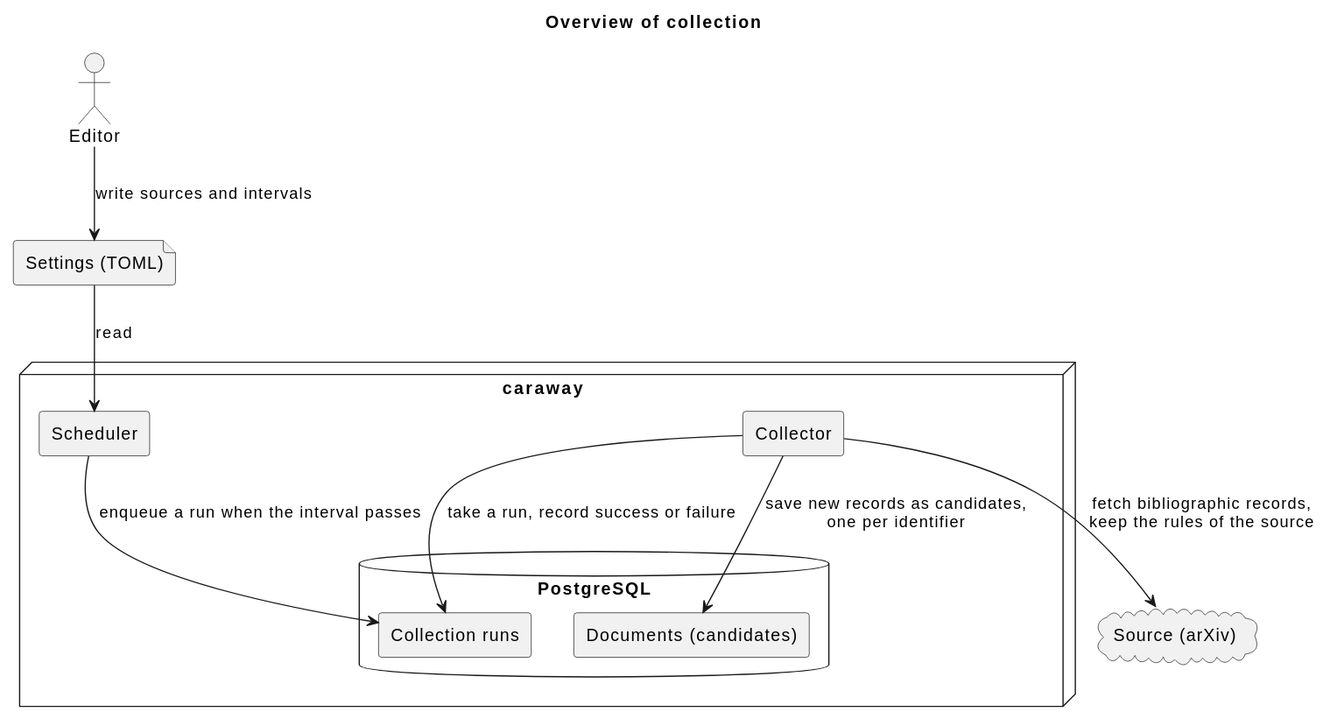
Above: docs/ja/requirements/source/overview.svg in cloveclovedev/caraway (PlantUML), before the change.
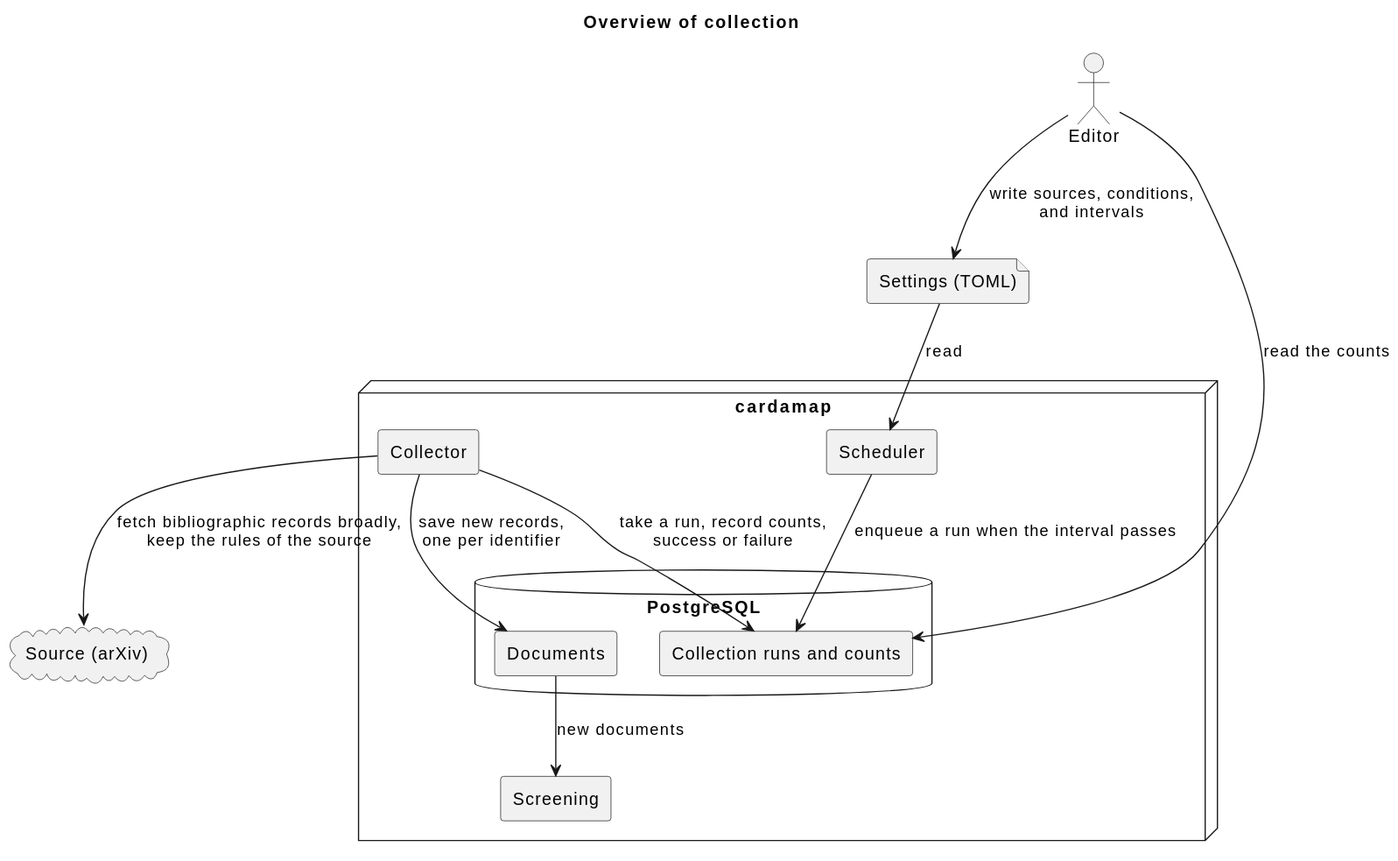
The same diagram one commit later.

Change to the diagram source:
```diff
@@ -7,19 +7,22 @@
 file "Settings (TOML)" as settings
 cloud "Source (arXiv)" as source
 
-node "caraway" {
+node "cardamap" {
   [Scheduler] as scheduler
   [Collector] as collector
+  [Screening] as screening
   database "PostgreSQL" as db {
-    [Collection runs] as runs
-    [Documents (candidates)] as documents
+    [Collection runs and counts] as runs
+    [Documents] as documents
   }
 }
 
-editor --> settings : write sources and intervals
+editor --> settings : write sources, conditions,\nand intervals
 settings --> scheduler : read
 scheduler --> runs : enqueue a run when the interval passes
-collector --> runs : take a run, record success or failure
-collector --> source : fetch bibliographic records,\nkeep the rules of the source
-collector --> documents : save new records as candidates,\none per identifier
+collector --> runs : take a run, record counts,\nsuccess or failure
+collector --> source : fetch bibliographic records broadly,\nkeep the rules of the source
+collector --> documents : save new records,\none per identifier
+documents --> screening : new documents
+editor --> runs : read the counts
 @enduml
```
